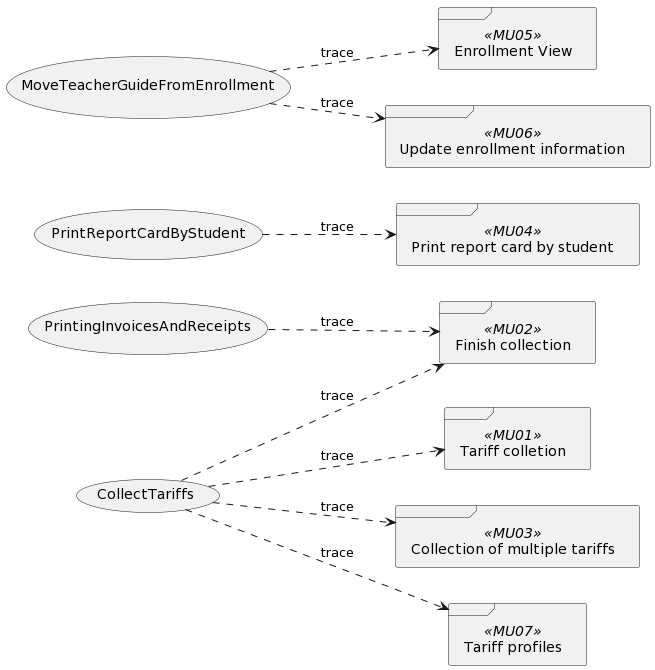
Before: out/UseCaseView/TRACE.UseCase-x-Prototype.png, a diagram exported from PlantUML (wsmcbl/wsmcbl.doc).
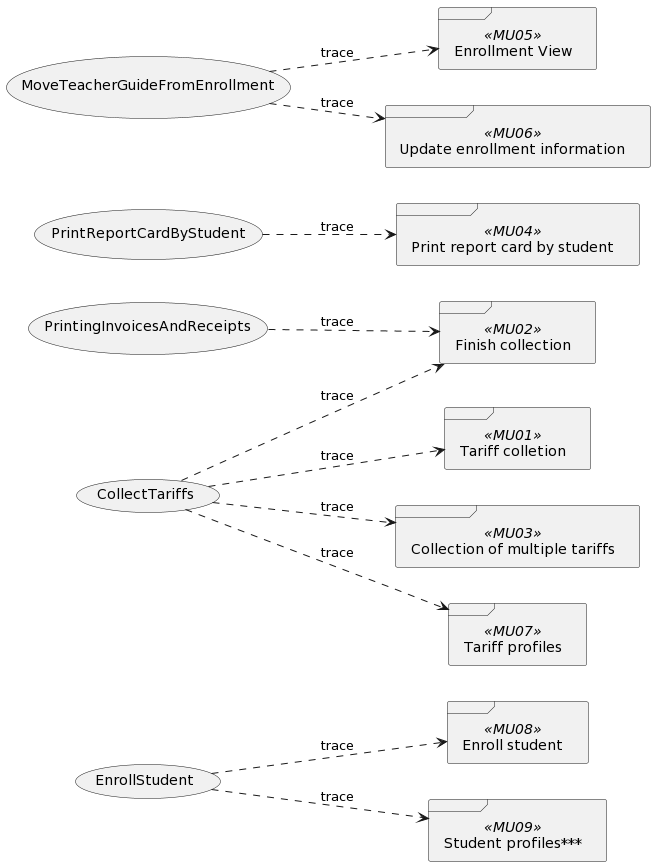
After the change.

Change to the diagram source:
```diff
@@ -1,6 +1,7 @@
 @startuml
 left to right direction
 
+usecase CU01 as "EnrollStudent"
 usecase CU58 as "PrintingInvoicesAndReceipts"
 usecase CU29 as "PrintReportCardByStudent"
 usecase CU21 as "MoveTeacherGuideFromEnrollment"
@@ -13,6 +14,8 @@
 frame MU05 <<MU05>> as "Enrollment View"
 frame MU06 <<MU06>> as "Update enrollment information"
 frame MU07 <<MU07>> as "Tariff profiles"
+frame MU08 <<MU08>> as "Enroll student"
+frame MU09 <<MU09>> as "Student profiles***"
 
 CU29 ..> MU04 : trace
 CU21 ..> MU05 : trace
@@ -22,4 +25,6 @@
 CU03 ..> MU03 : trace
 CU03 ..> MU07 : trace
 CU58 ..> MU02 : trace
+CU01 ..> MU08 : trace
+CU01 ..> MU09 : trace
 @enduml
```
